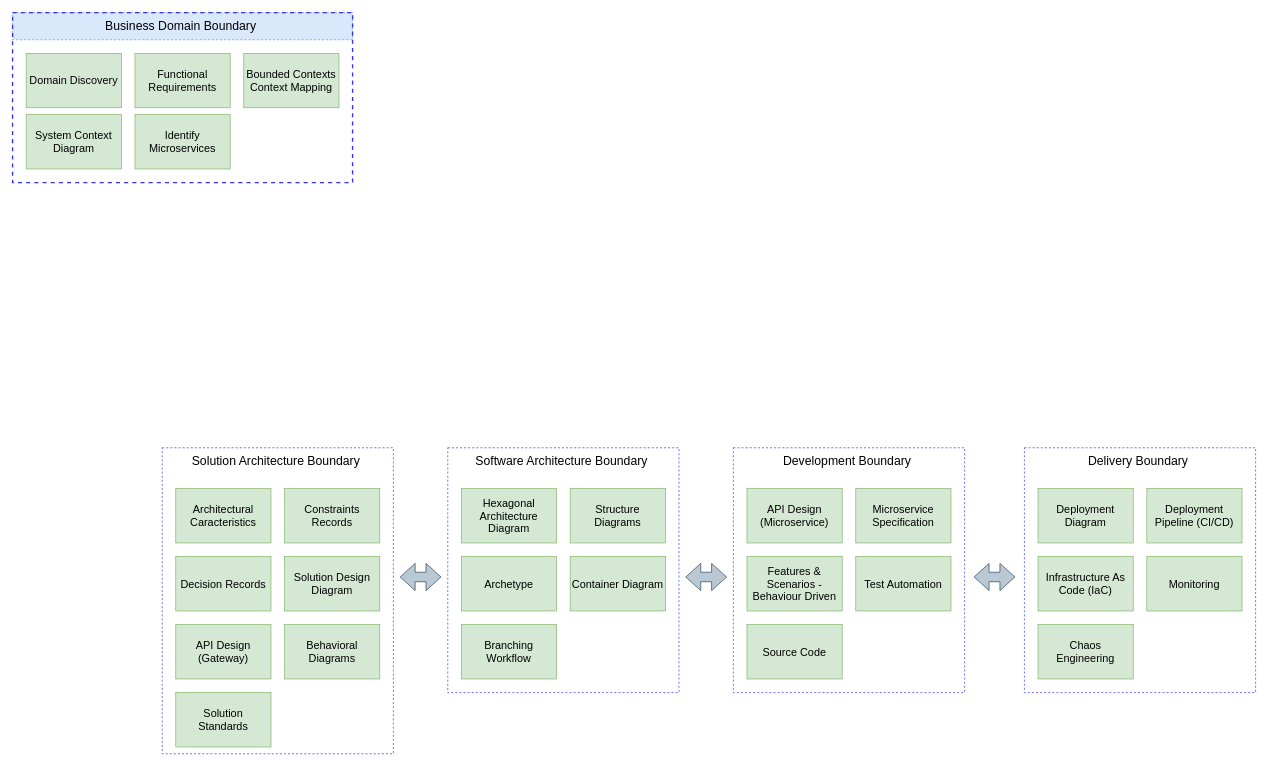
Above: Software Development Process Framework.drawio in rpicanco/MicroserviceArchitectureSolutionFramework (draw.io), before the change. Source tidied: cells renumbered, new cells numbered last; positions are measured from the earlier drawing's top-left corner, leaving out a move shared by most shapes. Both pictures are drawn from the tidied source at 68%, with x=0, y=0 at pixel (12, 12).
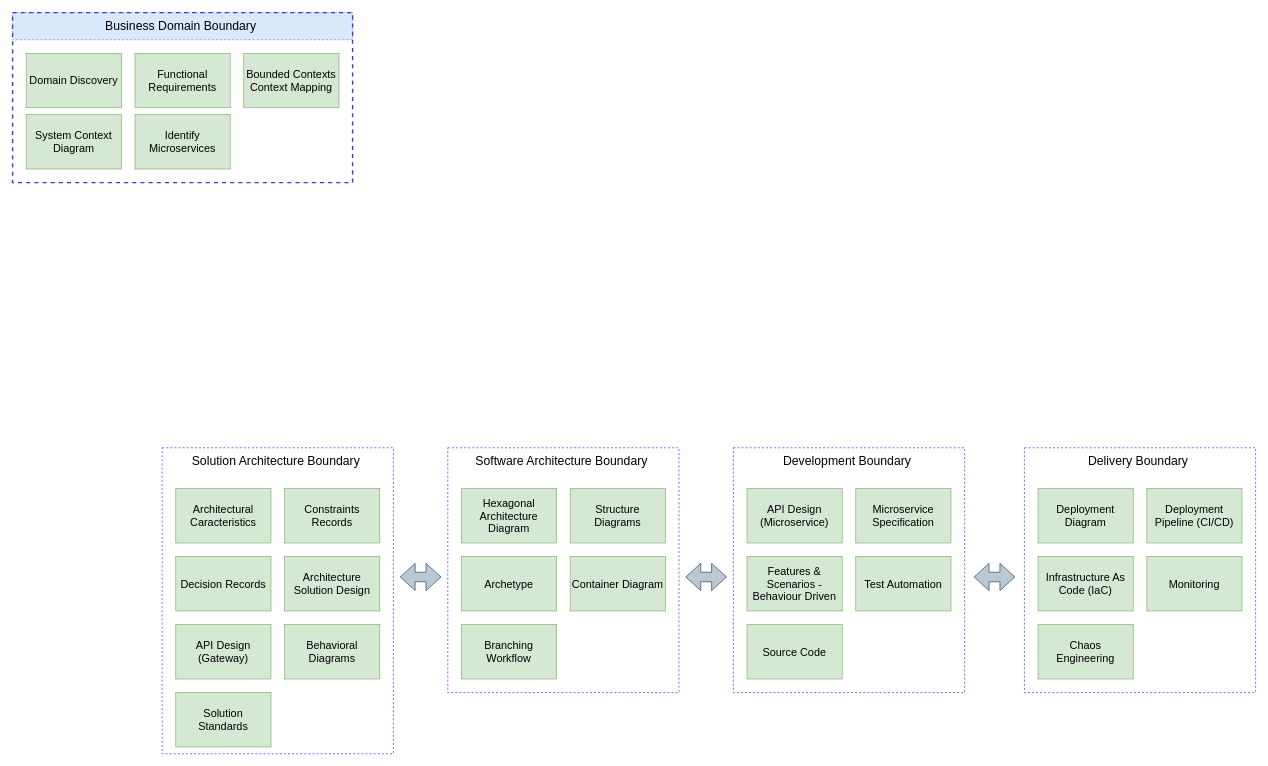
After the change.

The edit, as a diff of the source:
```diff
@@
-    <mxCell id="15" value="&lt;span style=&quot;font-size: 16px&quot;&gt;Solution Design Diagram&lt;/span&gt;" style="rounded=0;whiteSpace=wrap;html=1;fillColor=#d5e8d4;strokeColor=#82b366;" parent="1" vertex="1">
+    <mxCell id="15" value="&lt;span style=&quot;font-size: 16px&quot;&gt;Architecture Solution Design&lt;/span&gt;" style="rounded=0;whiteSpace=wrap;html=1;fillColor=#d5e8d4;strokeColor=#82b366;" parent="1" vertex="1">
       <mxGeometry x="400" y="800" width="140" height="80" as="geometry" />
     </mxCell>
```
